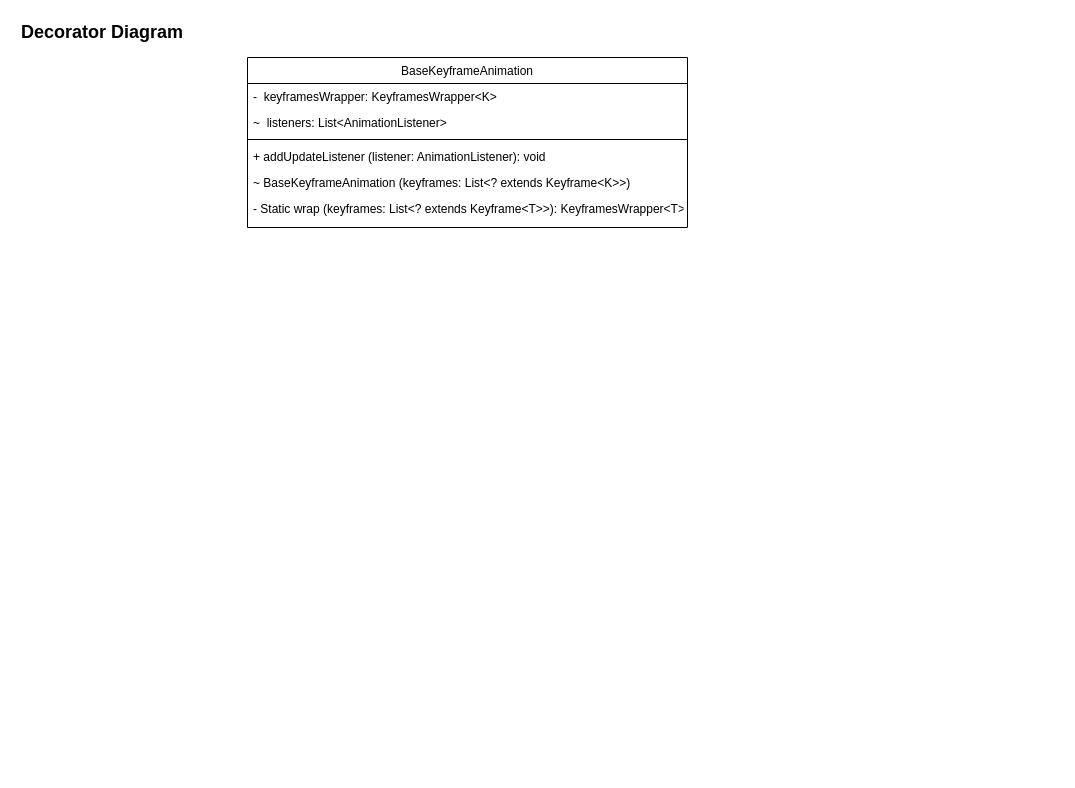
The draw.io diagram Observer Diagram.drawio in ussnllmn/SAD-1-2564, before the edit. Source tidied: cells renumbered, new cells numbered last; positions are measured from the earlier drawing's top-left corner, leaving out a move shared by most shapes. Both pictures are drawn from the tidied source at 100%, with x=0, y=0 at pixel (17, 17).
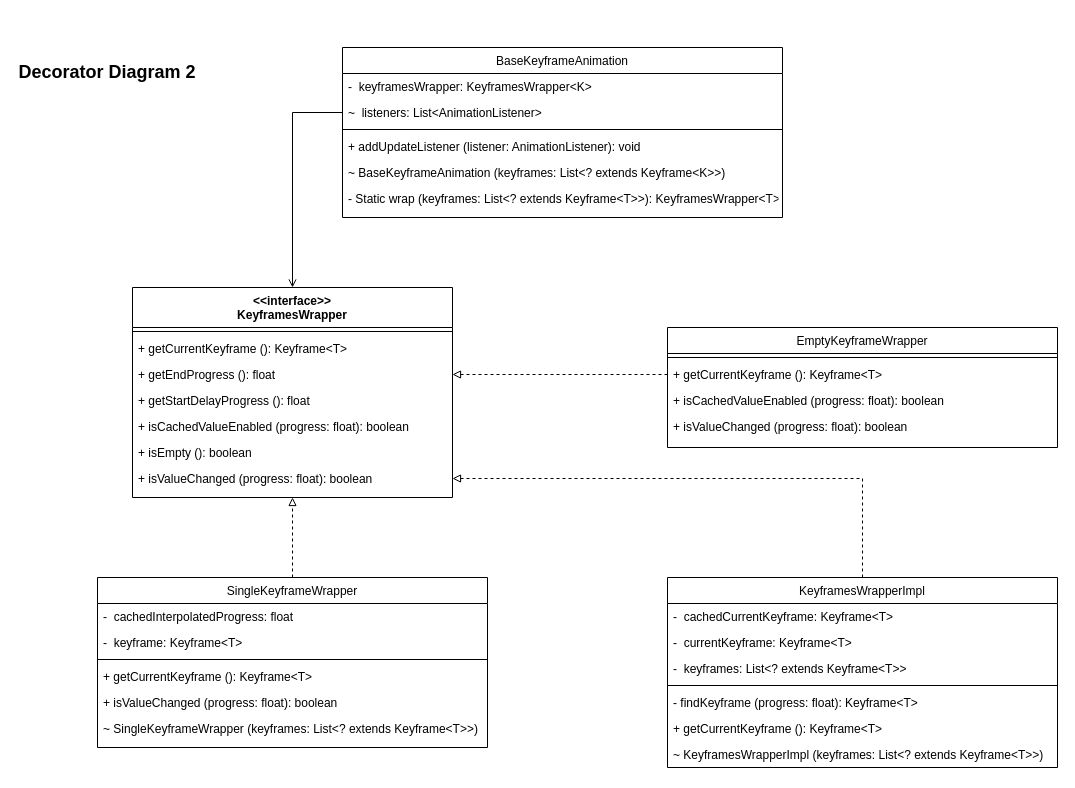
The same diagram, later.

The change refers to these unchanged cells:
```xml
<mxCell id="4" value="~  listeners: List&lt;AnimationListener&gt; " style="text;align=left;verticalAlign=top;spacingLeft=4;spacingRight=4;overflow=hidden;points=[[0,0.5],[1,0.5]];portConstraint=eastwest;rounded=0;shadow=0;html=0;" parent="2" vertex="1">
  <mxGeometry y="52" width="440" height="26" as="geometry" />
</mxCell>
```

The edit, as a diff of the source:
```diff
@@
     <mxCell id="2" value="BaseKeyframeAnimation" style="swimlane;fontStyle=0;align=center;verticalAlign=top;horizontal=1;startSize=26;rounded=0;shadow=0;strokeWidth=1;" parent="1" vertex="1">
-      <mxGeometry x="230" y="40" width="440" height="170" as="geometry" />
+      <mxGeometry x="325" y="30" width="440" height="170" as="geometry" />
     </mxCell>
@@
-    <mxCell id="9" value="Decorator&amp;nbsp;Diagram" style="text;html=1;strokeColor=none;fillColor=none;align=center;verticalAlign=middle;whiteSpace=wrap;rounded=0;fontSize=18;fontStyle=1;" parent="1" vertex="1">
-      <mxGeometry width="170" height="30" as="geometry" />
+    <mxCell id="9" value="Decorator&amp;nbsp;Diagram 2" style="text;html=1;strokeColor=none;fillColor=none;align=center;verticalAlign=middle;whiteSpace=wrap;rounded=0;fontSize=18;fontStyle=1;" parent="1" vertex="1">
+      <mxGeometry y="40" width="180" height="30" as="geometry" />
     </mxCell>
+    <mxCell id="10" value="&lt;&lt;interface&gt;&gt;&#10;KeyframesWrapper" style="swimlane;fontStyle=1;align=center;verticalAlign=top;horizontal=1;startSize=40;rounded=0;shadow=0;strokeWidth=1;" parent="1" vertex="1">
+      <mxGeometry x="115" y="270" width="320" height="210" as="geometry" />
+    </mxCell>
+    <mxCell id="11" style="line;html=1;strokeWidth=1;align=left;verticalAlign=middle;spacingTop=-1;spacingLeft=3;spacingRight=3;labelPosition=right;" parent="10" vertex="1">
+      <mxGeometry y="40" width="320" height="8" as="geometry" />
+    </mxCell>
+    <mxCell id="12" value="+ getCurrentKeyframe (): Keyframe&lt;T&gt;" style="text;align=left;verticalAlign=top;spacingLeft=4;spacingRight=4;overflow=hidden;" parent="10" vertex="1">
+      <mxGeometry y="48" width="320" height="26" as="geometry" />
+    </mxCell>
+    <mxCell id="13" value="+ getEndProgress (): float" style="text;align=left;verticalAlign=top;spacingLeft=4;spacingRight=4;overflow=hidden;points=[[0,0.5],[1,0.5]];portConstraint=eastwest;" parent="10" vertex="1">
+      <mxGeometry y="74" width="320" height="26" as="geometry" />
+    </mxCell>
+    <mxCell id="14" value="+ getStartDelayProgress (): float" style="text;align=left;verticalAlign=top;spacingLeft=4;spacingRight=4;overflow=hidden;" parent="10" vertex="1">
+      <mxGeometry y="100" width="320" height="26" as="geometry" />
+    </mxCell>
+    <mxCell id="15" value="+ isCachedValueEnabled (progress: float): boolean" style="text;align=left;verticalAlign=top;spacingLeft=4;spacingRight=4;overflow=hidden;" parent="10" vertex="1">
+      <mxGeometry y="126" width="320" height="26" as="geometry" />
+    </mxCell>
+    <mxCell id="16" value="+ isEmpty (): boolean" style="text;align=left;verticalAlign=top;spacingLeft=4;spacingRight=4;overflow=hidden;" parent="10" vertex="1">
+      <mxGeometry y="152" width="320" height="26" as="geometry" />
+    </mxCell>
+    <mxCell id="17" value="+ isValueChanged (progress: float): boolean" style="text;align=left;verticalAlign=top;spacingLeft=4;spacingRight=4;overflow=hidden;points=[[0,0.5],[1,0.5]];portConstraint=eastwest;" parent="10" vertex="1">
+      <mxGeometry y="178" width="320" height="26" as="geometry" />
+    </mxCell>
+    <mxCell id="18" style="edgeStyle=orthogonalEdgeStyle;rounded=0;jettySize=auto;html=1;entryX=0.5;entryY=1;entryDx=0;entryDy=0;endArrow=block;endFill=0;dashed=1;" parent="1" edge="1" source="19" target="10">
+      <mxGeometry relative="1" as="geometry" />
+    </mxCell>
+    <mxCell id="19" value="SingleKeyframeWrapper" style="swimlane;fontStyle=0;align=center;verticalAlign=top;horizontal=1;startSize=26;rounded=0;shadow=0;strokeWidth=1;" parent="1" vertex="1">
+      <mxGeometry x="80" y="560" width="390" height="170" as="geometry" />
+    </mxCell>
+    <mxCell id="20" value="-  cachedInterpolatedProgress: float" style="text;align=left;verticalAlign=top;spacingLeft=4;spacingRight=4;overflow=hidden;" parent="19" vertex="1">
+      <mxGeometry y="26" width="390" height="26" as="geometry" />
+    </mxCell>
+    <mxCell id="21" value="-  keyframe: Keyframe&lt;T&gt;" style="text;align=left;verticalAlign=top;spacingLeft=4;spacingRight=4;overflow=hidden;rounded=0;shadow=0;html=0;" parent="19" vertex="1">
+      <mxGeometry y="52" width="390" height="26" as="geometry" />
+    </mxCell>
+    <mxCell id="22" style="line;html=1;strokeWidth=1;align=left;verticalAlign=middle;spacingTop=-1;spacingLeft=3;spacingRight=3;labelPosition=right;" parent="19" vertex="1">
+      <mxGeometry y="78" width="390" height="8" as="geometry" />
+    </mxCell>
+    <mxCell id="23" value="+ getCurrentKeyframe (): Keyframe&lt;T&gt;" style="text;align=left;verticalAlign=top;spacingLeft=4;spacingRight=4;overflow=hidden;rounded=0;shadow=0;html=0;" parent="19" vertex="1">
+      <mxGeometry y="86" width="390" height="26" as="geometry" />
+    </mxCell>
+    <mxCell id="24" value="+ isValueChanged (progress: float): boolean" style="text;align=left;verticalAlign=top;spacingLeft=4;spacingRight=4;overflow=hidden;" parent="19" vertex="1">
+      <mxGeometry y="112" width="390" height="26" as="geometry" />
+    </mxCell>
+    <mxCell id="25" value="~ SingleKeyframeWrapper (keyframes: List&lt;? extends Keyframe&lt;T&gt;&gt;)" style="text;align=left;verticalAlign=top;spacingLeft=4;spacingRight=4;overflow=hidden;" parent="19" vertex="1">
+      <mxGeometry y="138" width="390" height="26" as="geometry" />
+    </mxCell>
+    <mxCell id="26" style="edgeStyle=orthogonalEdgeStyle;rounded=0;jettySize=auto;html=1;entryX=1;entryY=0.5;entryDx=0;entryDy=0;dashed=1;endArrow=block;endFill=0;" parent="1" edge="1" source="27" target="17">
+      <mxGeometry relative="1" as="geometry" />
+    </mxCell>
+    <mxCell id="27" value="KeyframesWrapperImpl" style="swimlane;fontStyle=0;align=center;verticalAlign=top;horizontal=1;startSize=26;rounded=0;shadow=0;strokeWidth=1;" parent="1" vertex="1">
+      <mxGeometry x="650" y="560" width="390" height="190" as="geometry" />
+    </mxCell>
+    <mxCell id="28" value="-  cachedCurrentKeyframe: Keyframe&lt;T&gt;" style="text;align=left;verticalAlign=top;spacingLeft=4;spacingRight=4;overflow=hidden;" parent="27" vertex="1">
+      <mxGeometry y="26" width="390" height="26" as="geometry" />
+    </mxCell>
+    <mxCell id="29" value="-  currentKeyframe: Keyframe&lt;T&gt;" style="text;align=left;verticalAlign=top;spacingLeft=4;spacingRight=4;overflow=hidden;rounded=0;shadow=0;html=0;" parent="27" vertex="1">
+      <mxGeometry y="52" width="390" height="26" as="geometry" />
+    </mxCell>
+    <mxCell id="30" value="-  keyframes: List&lt;? extends Keyframe&lt;T&gt;&gt; " style="text;align=left;verticalAlign=top;spacingLeft=4;spacingRight=4;overflow=hidden;rounded=0;shadow=0;html=0;" parent="27" vertex="1">
+      <mxGeometry y="78" width="390" height="26" as="geometry" />
+    </mxCell>
+    <mxCell id="31" style="line;html=1;strokeWidth=1;align=left;verticalAlign=middle;spacingTop=-1;spacingLeft=3;spacingRight=3;labelPosition=right;" parent="27" vertex="1">
+      <mxGeometry y="104" width="390" height="8" as="geometry" />
+    </mxCell>
+    <mxCell id="32" value="- findKeyframe (progress: float): Keyframe&lt;T&gt;" style="text;align=left;verticalAlign=top;spacingLeft=4;spacingRight=4;overflow=hidden;rounded=0;shadow=0;html=0;" parent="27" vertex="1">
+      <mxGeometry y="112" width="390" height="26" as="geometry" />
+    </mxCell>
+    <mxCell id="33" value="+ getCurrentKeyframe (): Keyframe&lt;T&gt;" style="text;align=left;verticalAlign=top;spacingLeft=4;spacingRight=4;overflow=hidden;" parent="27" vertex="1">
+      <mxGeometry y="138" width="390" height="26" as="geometry" />
+    </mxCell>
+    <mxCell id="34" value="~ KeyframesWrapperImpl (keyframes: List&lt;? extends Keyframe&lt;T&gt;&gt;)" style="text;align=left;verticalAlign=top;spacingLeft=4;spacingRight=4;overflow=hidden;" parent="27" vertex="1">
+      <mxGeometry y="164" width="390" height="26" as="geometry" />
+    </mxCell>
+    <mxCell id="35" value="EmptyKeyframeWrapper" style="swimlane;fontStyle=0;align=center;verticalAlign=top;horizontal=1;startSize=26;rounded=0;shadow=0;strokeWidth=1;" parent="1" vertex="1">
+      <mxGeometry x="650" y="310" width="390" height="120" as="geometry" />
+    </mxCell>
+    <mxCell id="36" style="line;html=1;strokeWidth=1;align=left;verticalAlign=middle;spacingTop=-1;spacingLeft=3;spacingRight=3;labelPosition=right;" parent="35" vertex="1">
+      <mxGeometry y="26" width="390" height="8" as="geometry" />
+    </mxCell>
+    <mxCell id="37" value="+ getCurrentKeyframe (): Keyframe&lt;T&gt;" style="text;align=left;verticalAlign=top;spacingLeft=4;spacingRight=4;overflow=hidden;points=[[0,0.5],[1,0.5]];portConstraint=eastwest;rounded=0;shadow=0;html=0;" parent="35" vertex="1">
+      <mxGeometry y="34" width="390" height="26" as="geometry" />
+    </mxCell>
+    <mxCell id="38" value="+ isCachedValueEnabled (progress: float): boolean" style="text;align=left;verticalAlign=top;spacingLeft=4;spacingRight=4;overflow=hidden;" parent="35" vertex="1">
+      <mxGeometry y="60" width="390" height="26" as="geometry" />
+    </mxCell>
+    <mxCell id="39" value="+ isValueChanged (progress: float): boolean" style="text;align=left;verticalAlign=top;spacingLeft=4;spacingRight=4;overflow=hidden;" parent="35" vertex="1">
+      <mxGeometry y="86" width="390" height="26" as="geometry" />
+    </mxCell>
+    <mxCell id="40" style="edgeStyle=orthogonalEdgeStyle;rounded=0;jettySize=auto;html=1;entryX=1;entryY=0.5;entryDx=0;entryDy=0;dashed=1;endArrow=block;endFill=0;" parent="1" edge="1" source="37" target="13">
+      <mxGeometry relative="1" as="geometry" />
+    </mxCell>
+    <mxCell id="41" style="edgeStyle=orthogonalEdgeStyle;rounded=0;jettySize=auto;html=1;endArrow=open;endFill=0;" parent="1" edge="1" source="4" target="10">
+      <mxGeometry relative="1" as="geometry" />
+    </mxCell>
```
